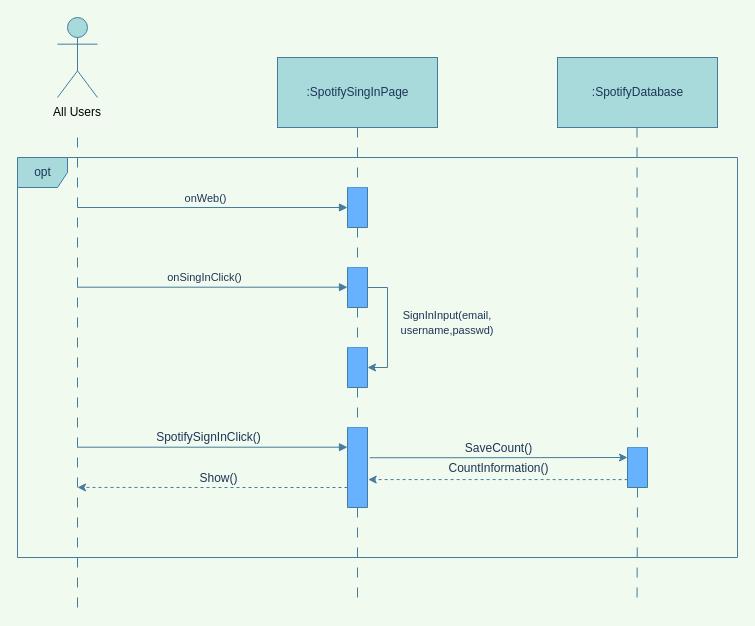
The draw.io diagram page "登入作業(圖2)" (2 of 10) of Sequential diagram.drawio in 35596035/End-of-period-project, before the edit. Source tidied: cells renumbered, new cells numbered last; positions are measured from the earlier drawing's top-left corner, leaving out a move shared by most shapes. Both pictures are drawn from the tidied source at 100%, with x=0, y=0 at pixel (17, 17).
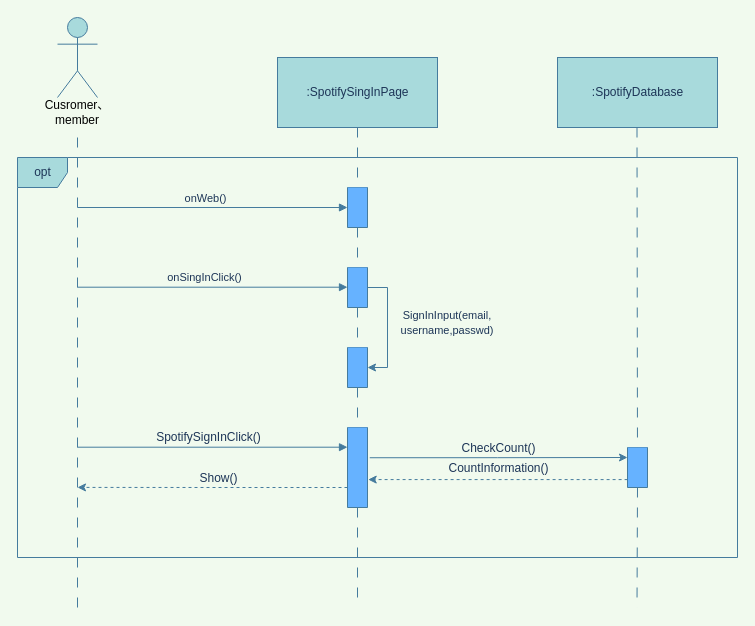
The same page after the edit.

Change to the diagram source:
```diff
@@
-    <mxCell id="21" value="All Users" style="text;html=1;strokeColor=none;fillColor=none;align=center;verticalAlign=middle;whiteSpace=wrap;rounded=0;" parent="1" vertex="1">
+    <mxCell id="21" value="Cusromer、member" style="text;html=1;strokeColor=none;fillColor=none;align=center;verticalAlign=middle;whiteSpace=wrap;rounded=0;" parent="1" vertex="1">
       <mxGeometry x="30" y="80" width="60" height="30" as="geometry" />
     </mxCell>
@@
-    <mxCell id="27" value="&lt;span style=&quot;font-size: 12px;&quot;&gt;SaveCount()&lt;/span&gt;" style="edgeLabel;html=1;align=center;verticalAlign=middle;labelBackgroundColor=none;fontColor=#1D3557;" parent="1" vertex="1">
+    <mxCell id="27" value="&lt;span style=&quot;font-size: 12px;&quot;&gt;CheckCount()&lt;/span&gt;" style="edgeLabel;html=1;align=center;verticalAlign=middle;labelBackgroundColor=none;fontColor=#1D3557;" parent="1" vertex="1">
       <mxGeometry x="480" y="430" as="geometry" />
     </mxCell>
```
